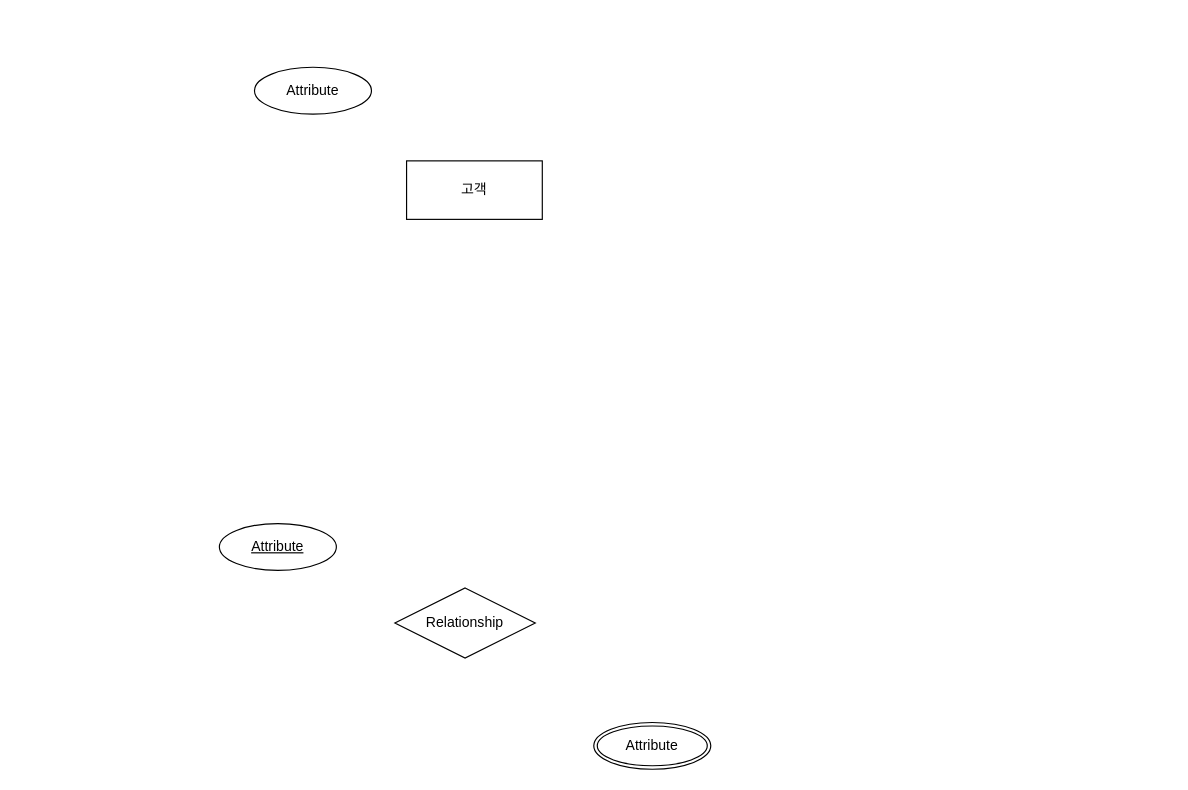
gent0807/concert-reservation-system keeps this draw.io diagram as docs/erd/untitled.drawio. Above is the earlier version. Source tidied: cells renumbered, new cells numbered last; positions are measured from the earlier drawing's top-left corner, leaving out a move shared by most shapes. Both pictures are drawn from the tidied source at 117%, with x=0, y=0 at pixel (219, 67).
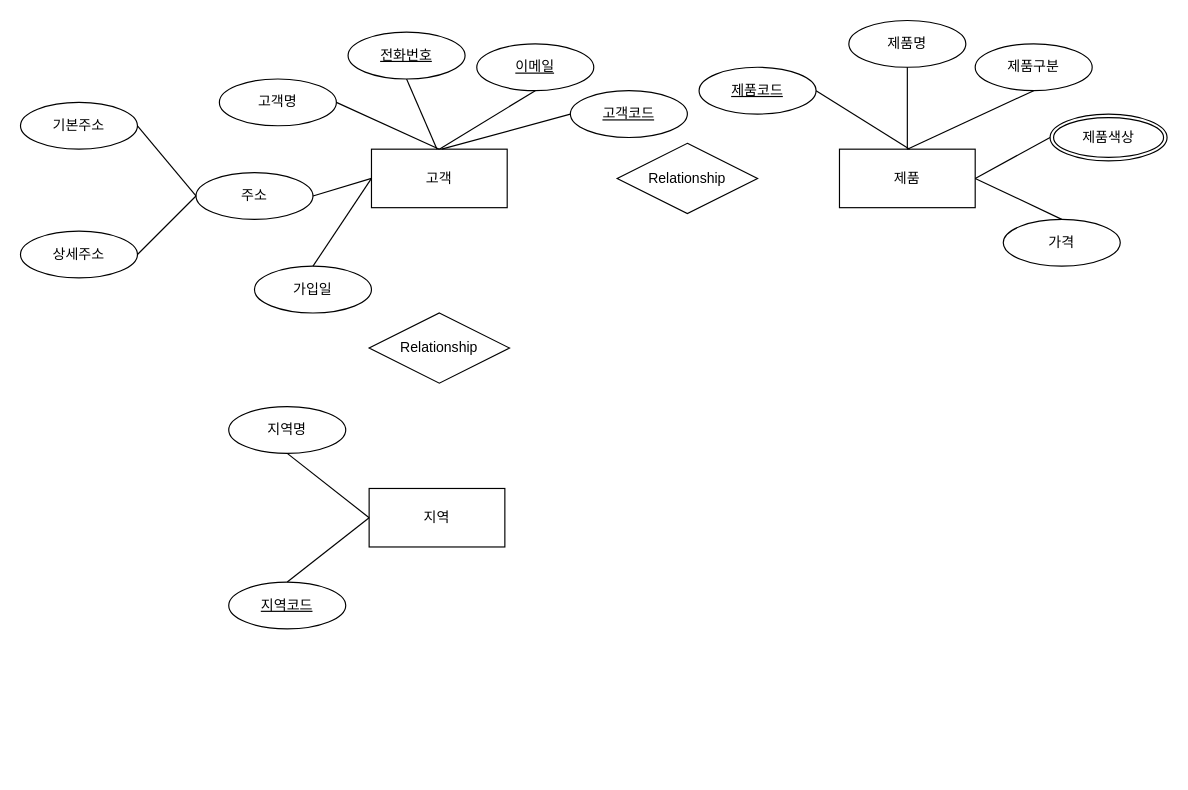
The same page after the edit.

What changed in the source:
```diff
@@
     <mxCell id="2" value="고객" style="whiteSpace=wrap;html=1;align=center;" parent="1" vertex="1">
-      <mxGeometry x="160" y="80" width="116" height="50" as="geometry" />
+      <mxGeometry x="130" y="70" width="116" height="50" as="geometry" />
     </mxCell>
-    <mxCell id="3" value="Attribute" style="ellipse;whiteSpace=wrap;html=1;align=center;" parent="1" vertex="1">
-      <mxGeometry x="30" width="100" height="40" as="geometry" />
+    <mxCell id="3" value="고객명" style="ellipse;whiteSpace=wrap;html=1;align=center;" parent="1" vertex="1">
+      <mxGeometry y="10" width="100" height="40" as="geometry" />
     </mxCell>
-    <mxCell id="4" value="Attribute" style="ellipse;whiteSpace=wrap;html=1;align=center;fontStyle=4;" parent="1" vertex="1">
-      <mxGeometry y="390" width="100" height="40" as="geometry" />
+    <mxCell id="4" value="전화번호" style="ellipse;whiteSpace=wrap;html=1;align=center;fontStyle=4;" parent="1" vertex="1">
+      <mxGeometry x="110" y="-30" width="100" height="40" as="geometry" />
     </mxCell>
     <mxCell id="5" value="Relationship" style="shape=rhombus;perimeter=rhombusPerimeter;whiteSpace=wrap;html=1;align=center;" parent="1" vertex="1">
-      <mxGeometry x="150" y="445" width="120" height="60" as="geometry" />
+      <mxGeometry x="128" y="210" width="120" height="60" as="geometry" />
     </mxCell>
-    <mxCell id="6" value="Attribute" style="ellipse;shape=doubleEllipse;margin=3;whiteSpace=wrap;html=1;align=center;" parent="1" vertex="1">
-      <mxGeometry x="320" y="560" width="100" height="40" as="geometry" />
+    <mxCell id="6" value="제품색상" style="ellipse;shape=doubleEllipse;margin=3;whiteSpace=wrap;html=1;align=center;" parent="1" vertex="1">
+      <mxGeometry x="710" y="40" width="100" height="40" as="geometry" />
     </mxCell>
+    <mxCell id="7" style="endArrow=none;html=1;rounded=0;exitX=1;exitY=0.5;exitDx=0;exitDy=0;entryX=0.5;entryY=0;entryDx=0;entryDy=0;" parent="1" edge="1" source="3" target="2">
+      <mxGeometry relative="1" as="geometry" />
+    </mxCell>
+    <mxCell id="8" value="주소" style="ellipse;whiteSpace=wrap;html=1;align=center;" parent="1" vertex="1">
+      <mxGeometry x="-20" y="90" width="100" height="40" as="geometry" />
+    </mxCell>
+    <mxCell id="9" style="endArrow=none;html=1;rounded=0;exitX=0.5;exitY=1;exitDx=0;exitDy=0;entryX=0.5;entryY=0;entryDx=0;entryDy=0;" parent="1" edge="1" source="4">
+      <mxGeometry relative="1" as="geometry">
+        <mxPoint x="186" y="70" as="targetPoint" />
+      </mxGeometry>
+    </mxCell>
+    <mxCell id="10" value="이메일" style="ellipse;whiteSpace=wrap;html=1;align=center;fontStyle=4;" parent="1" vertex="1">
+      <mxGeometry x="220" y="-20" width="100" height="40" as="geometry" />
+    </mxCell>
+    <mxCell id="11" style="endArrow=none;html=1;rounded=0;exitX=0.5;exitY=1;exitDx=0;exitDy=0;entryX=0.5;entryY=0;entryDx=0;entryDy=0;" parent="1" edge="1" target="2">
+      <mxGeometry relative="1" as="geometry">
+        <mxPoint x="270" y="20" as="sourcePoint" />
+      </mxGeometry>
+    </mxCell>
+    <mxCell id="12" value="고객코드" style="ellipse;whiteSpace=wrap;html=1;align=center;fontStyle=4;" parent="1" vertex="1">
+      <mxGeometry x="300" y="20" width="100" height="40" as="geometry" />
+    </mxCell>
+    <mxCell id="13" style="endArrow=none;html=1;rounded=0;exitX=0;exitY=0.5;exitDx=0;exitDy=0;" parent="1" edge="1" source="12">
+      <mxGeometry relative="1" as="geometry">
+        <mxPoint x="190" y="70" as="targetPoint" />
+      </mxGeometry>
+    </mxCell>
+    <mxCell id="14" style="endArrow=none;html=1;rounded=0;exitX=0.5;exitY=1;exitDx=0;exitDy=0;entryX=0;entryY=0.5;entryDx=0;entryDy=0;" parent="1" edge="1" target="2">
+      <mxGeometry relative="1" as="geometry">
+        <mxPoint x="80" y="110" as="sourcePoint" />
+      </mxGeometry>
+    </mxCell>
+    <mxCell id="15" value="상세주소" style="ellipse;whiteSpace=wrap;html=1;align=center;" parent="1" vertex="1">
+      <mxGeometry x="-170" y="140" width="100" height="40" as="geometry" />
+    </mxCell>
+    <mxCell id="16" value="기본주소" style="ellipse;whiteSpace=wrap;html=1;align=center;" parent="1" vertex="1">
+      <mxGeometry x="-170" y="30" width="100" height="40" as="geometry" />
+    </mxCell>
+    <mxCell id="17" style="endArrow=none;html=1;rounded=0;exitX=1;exitY=0.5;exitDx=0;exitDy=0;entryX=0;entryY=0.5;entryDx=0;entryDy=0;" parent="1" edge="1" source="16" target="8">
+      <mxGeometry relative="1" as="geometry" />
+    </mxCell>
+    <mxCell id="18" style="endArrow=none;html=1;rounded=0;exitX=0.5;exitY=1;exitDx=0;exitDy=0;entryX=0;entryY=0.5;entryDx=0;entryDy=0;" parent="1" edge="1" target="8">
+      <mxGeometry relative="1" as="geometry">
+        <mxPoint x="-70" y="160" as="sourcePoint" />
+      </mxGeometry>
+    </mxCell>
+    <mxCell id="19" value="가입일" style="ellipse;whiteSpace=wrap;html=1;align=center;" parent="1" vertex="1">
+      <mxGeometry x="30" y="170" width="100" height="40" as="geometry" />
+    </mxCell>
+    <mxCell id="20" style="endArrow=none;html=1;rounded=0;exitX=0.5;exitY=0;exitDx=0;exitDy=0;entryX=0;entryY=0.5;entryDx=0;entryDy=0;" parent="1" edge="1" source="19" target="2">
+      <mxGeometry relative="1" as="geometry" />
+    </mxCell>
+    <mxCell id="21" value="지역" style="whiteSpace=wrap;html=1;align=center;" parent="1" vertex="1">
+      <mxGeometry x="128" y="360" width="116" height="50" as="geometry" />
+    </mxCell>
+    <mxCell id="22" value="지역명" style="ellipse;whiteSpace=wrap;html=1;align=center;" parent="1" vertex="1">
+      <mxGeometry x="8" y="290" width="100" height="40" as="geometry" />
+    </mxCell>
+    <mxCell id="23" value="지역코드" style="ellipse;whiteSpace=wrap;html=1;align=center;fontStyle=4;" parent="1" vertex="1">
+      <mxGeometry x="8" y="440" width="100" height="40" as="geometry" />
+    </mxCell>
+    <mxCell id="24" style="endArrow=none;html=1;rounded=0;exitX=1;exitY=0.5;exitDx=0;exitDy=0;entryX=0;entryY=0.5;entryDx=0;entryDy=0;" parent="1" edge="1" target="21">
+      <mxGeometry relative="1" as="geometry">
+        <mxPoint x="58" y="330" as="sourcePoint" />
+      </mxGeometry>
+    </mxCell>
+    <mxCell id="25" style="endArrow=none;html=1;rounded=0;exitX=0.5;exitY=0;exitDx=0;exitDy=0;entryX=0;entryY=0.5;entryDx=0;entryDy=0;" parent="1" edge="1" source="23" target="21">
+      <mxGeometry relative="1" as="geometry" />
+    </mxCell>
+    <mxCell id="26" value="제품" style="whiteSpace=wrap;html=1;align=center;" parent="1" vertex="1">
+      <mxGeometry x="530" y="70" width="116" height="50" as="geometry" />
+    </mxCell>
+    <mxCell id="27" value="제품구분" style="ellipse;whiteSpace=wrap;html=1;align=center;" parent="1" vertex="1">
+      <mxGeometry x="646" y="-20" width="100" height="40" as="geometry" />
+    </mxCell>
+    <mxCell id="28" value="제품코드" style="ellipse;whiteSpace=wrap;html=1;align=center;fontStyle=4;" parent="1" vertex="1">
+      <mxGeometry x="410" width="100" height="40" as="geometry" />
+    </mxCell>
+    <mxCell id="29" value="제품명" style="ellipse;whiteSpace=wrap;html=1;align=center;" parent="1" vertex="1">
+      <mxGeometry x="538" y="-40" width="100" height="40" as="geometry" />
+    </mxCell>
+    <mxCell id="30" value="가격" style="ellipse;whiteSpace=wrap;html=1;align=center;" parent="1" vertex="1">
+      <mxGeometry x="670" y="130" width="100" height="40" as="geometry" />
+    </mxCell>
+    <mxCell id="31" style="endArrow=none;html=1;rounded=0;exitX=0.5;exitY=0;exitDx=0;exitDy=0;entryX=0.5;entryY=1;entryDx=0;entryDy=0;" parent="1" edge="1" source="26" target="27">
+      <mxGeometry relative="1" as="geometry" />
+    </mxCell>
+    <mxCell id="32" style="endArrow=none;html=1;rounded=0;entryX=0.5;entryY=1;entryDx=0;entryDy=0;exitX=0.5;exitY=0;exitDx=0;exitDy=0;" parent="1" edge="1" source="26" target="29">
+      <mxGeometry relative="1" as="geometry" />
+    </mxCell>
+    <mxCell id="33" style="endArrow=none;html=1;rounded=0;entryX=1;entryY=0.5;entryDx=0;entryDy=0;" parent="1" edge="1" target="28">
+      <mxGeometry relative="1" as="geometry">
+        <mxPoint x="590" y="70" as="sourcePoint" />
+      </mxGeometry>
+    </mxCell>
+    <mxCell id="34" style="endArrow=none;html=1;rounded=0;entryX=0.5;entryY=1;entryDx=0;entryDy=0;exitX=1;exitY=0.5;exitDx=0;exitDy=0;" parent="1" edge="1" source="26">
+      <mxGeometry relative="1" as="geometry">
+        <mxPoint x="710" y="60" as="targetPoint" />
+      </mxGeometry>
+    </mxCell>
+    <mxCell id="35" style="endArrow=none;html=1;rounded=0;exitX=1;exitY=0.5;exitDx=0;exitDy=0;entryX=0.5;entryY=0;entryDx=0;entryDy=0;" parent="1" edge="1" source="26" target="30">
+      <mxGeometry relative="1" as="geometry" />
+    </mxCell>
+    <mxCell id="36" value="Relationship" style="shape=rhombus;perimeter=rhombusPerimeter;whiteSpace=wrap;html=1;align=center;" parent="1" vertex="1">
+      <mxGeometry x="340" y="65" width="120" height="60" as="geometry" />
+    </mxCell>
```
